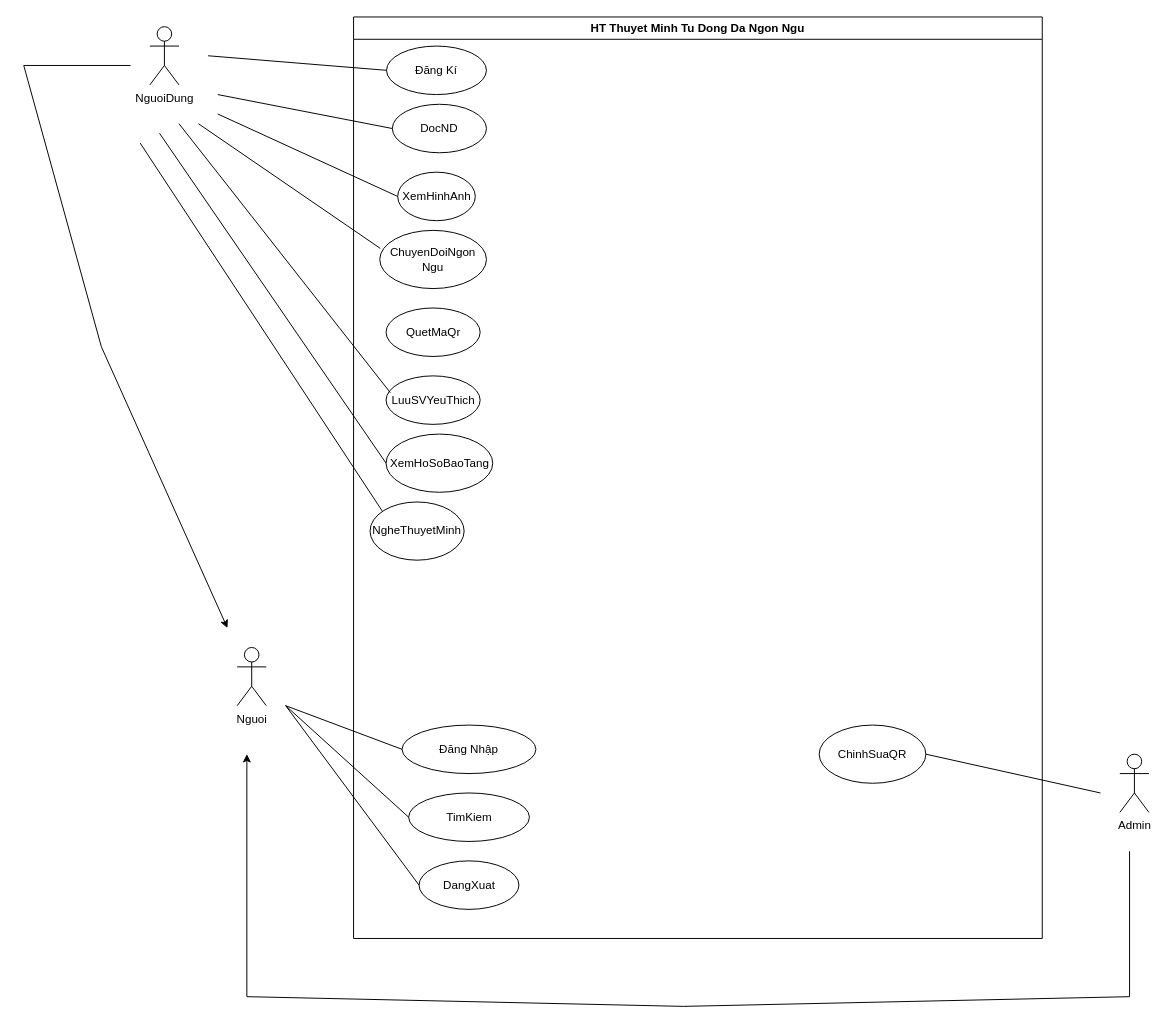
The draw.io diagram general.drawio in DangPhuThanh/DangPhuThanh, before the edit. Source tidied: cells renumbered, new cells numbered last; positions are measured from the earlier drawing's top-left corner, leaving out a move shared by most shapes. Both pictures are drawn from the tidied source at 97%, with x=0, y=0 at pixel (23, 16).
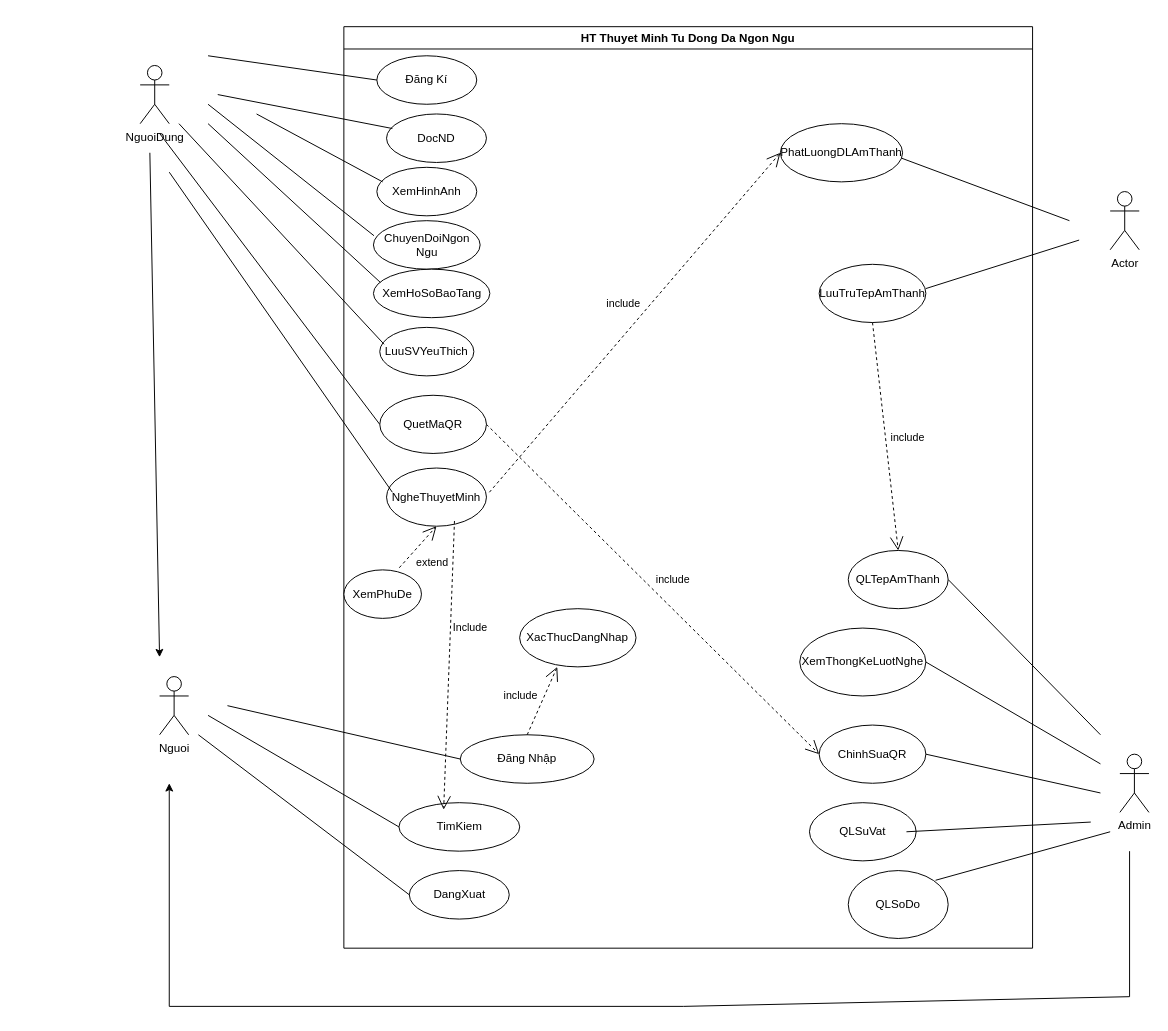
The same page after the edit.

Commit message:
Cập nhật general.drawio

The change refers to these unchanged cells:
```xml
<mxCell id="6" value="TimKiem" style="ellipse;whiteSpace=wrap;html=1;shapeInside=1;" parent="3" vertex="1">
  <mxGeometry x="56.8" y="800" width="124.5" height="50" as="geometry" />
</mxCell>
<mxCell id="7" value="DangXuat" style="ellipse;whiteSpace=wrap;html=1;shapeInside=1;" parent="3" vertex="1">
  <mxGeometry x="67.5" y="870" width="103" height="50" as="geometry" />
</mxCell>
```

The edit, as a diff of the source:
```diff
@@
     <mxCell id="2" value="NguoiDung" style="shape=umlActor;verticalLabelPosition=bottom;verticalAlign=top;html=1;" parent="1" vertex="1">
-      <mxGeometry x="130" y="10" width="30" height="60" as="geometry" />
+      <mxGeometry x="120" y="50" width="30" height="60" as="geometry" />
     </mxCell>
     <mxCell id="3" value="HT Thuyet Minh Tu Dong Da Ngon Ngu" style="swimlane;whiteSpace=wrap;html=1;" parent="1" vertex="1">
-      <mxGeometry x="340" width="710" height="950" as="geometry" />
+      <mxGeometry x="330" y="10" width="710" height="950" as="geometry" />
     </mxCell>
@@
     <mxCell id="5" value="Đăng Nhập" style="ellipse;whiteSpace=wrap;html=1;shapeInside=1;" parent="3" vertex="1">
-      <mxGeometry x="50" y="730" width="138" height="50" as="geometry" />
+      <mxGeometry x="120" y="730" width="138" height="50" as="geometry" />
     </mxCell>
@@
-    <mxCell id="8" value="DocND" style="ellipse;whiteSpace=wrap;html=1;shapeInside=1;" parent="3" vertex="1">
-      <mxGeometry x="40" y="90" width="97" height="50" as="geometry" />
-    </mxCell>
-    <mxCell id="9" value="XemHinhAnh" style="ellipse;whiteSpace=wrap;html=1;shapeInside=1;" parent="3" vertex="1">
-      <mxGeometry x="45.5" y="160" width="80" height="50" as="geometry" />
-    </mxCell>
     <mxCell id="10" value="ChuyenDoiNgon Ngu" style="ellipse;whiteSpace=wrap;html=1;shapeInside=1;" parent="3" vertex="1">
-      <mxGeometry x="27" y="220" width="110" height="60" as="geometry" />
+      <mxGeometry x="30.5" y="200" width="110" height="50" as="geometry" />
     </mxCell>
-    <mxCell id="11" value="QuetMaQr" style="ellipse;whiteSpace=wrap;html=1;shapeInside=1;" parent="3" vertex="1">
-      <mxGeometry x="33.5" y="300" width="97" height="50" as="geometry" />
+    <mxCell id="11" value="XemHoSoBaoTang" style="ellipse;whiteSpace=wrap;html=1;shapeInside=1;" parent="3" vertex="1">
+      <mxGeometry x="30.5" y="250" width="120" height="50" as="geometry" />
     </mxCell>
     <mxCell id="12" value="LuuSVYeuThich" style="ellipse;whiteSpace=wrap;html=1;shapeInside=1;" parent="3" vertex="1">
-      <mxGeometry x="33.5" y="370" width="97" height="50" as="geometry" />
+      <mxGeometry x="37" y="310" width="97" height="50" as="geometry" />
     </mxCell>
-    <mxCell id="13" value="XemHoSoBaoTang" style="ellipse;whiteSpace=wrap;html=1;shapeInside=1;" parent="3" vertex="1">
-      <mxGeometry x="33.5" y="430" width="110" height="60" as="geometry" />
+    <mxCell id="13" value="QuetMaQR" style="ellipse;whiteSpace=wrap;html=1;shapeInside=1;" parent="3" vertex="1">
+      <mxGeometry x="37" y="380" width="110" height="60" as="geometry" />
     </mxCell>
+    <mxCell id="15" value="ChinhSuaQR" style="ellipse;whiteSpace=wrap;html=1;shapeInside=1;" parent="3" vertex="1">
+      <mxGeometry x="490" y="720" width="110" height="60" as="geometry" />
+    </mxCell>
+    <mxCell id="31" value="QLSuVat" style="ellipse;whiteSpace=wrap;html=1;shapeInside=1;" parent="3" vertex="1">
+      <mxGeometry x="480" y="800" width="110" height="60" as="geometry" />
+    </mxCell>
+    <mxCell id="32" value="QLSoDo" style="ellipse;whiteSpace=wrap;html=1;shapeInside=1;" parent="3" vertex="1">
+      <mxGeometry x="520" y="870" width="103" height="70" as="geometry" />
+    </mxCell>
+    <mxCell id="33" value="XemThongKeLuotNghe" style="ellipse;whiteSpace=wrap;html=1;shapeInside=1;" parent="3" vertex="1">
+      <mxGeometry x="470" y="620" width="130" height="70" as="geometry" />
+    </mxCell>
+    <mxCell id="8" value="DocND" style="ellipse;whiteSpace=wrap;html=1;shapeInside=1;" parent="3" vertex="1">
+      <mxGeometry x="44" y="90" width="103" height="50" as="geometry" />
+    </mxCell>
+    <mxCell id="9" value="XemHinhAnh" style="ellipse;whiteSpace=wrap;html=1;shapeInside=1;" parent="3" vertex="1">
+      <mxGeometry x="34" y="145" width="103" height="50" as="geometry" />
+    </mxCell>
     <mxCell id="14" value="NgheThuyetMinh" style="ellipse;whiteSpace=wrap;html=1;shapeInside=1;" parent="3" vertex="1">
-      <mxGeometry x="17" y="500" width="97" height="60" as="geometry" />
+      <mxGeometry x="44" y="455" width="103" height="60" as="geometry" />
     </mxCell>
-    <mxCell id="15" value="ChinhSuaQR" style="ellipse;whiteSpace=wrap;html=1;shapeInside=1;" parent="3" vertex="1">
-      <mxGeometry x="480" y="730" width="110" height="60" as="geometry" />
-    </mxCell>
+    <mxCell id="34" value="XemPhuDe" style="ellipse;whiteSpace=wrap;html=1;shapeInside=1;" parent="3" vertex="1">
+      <mxGeometry y="560" width="80" height="50" as="geometry" />
+    </mxCell>
+    <mxCell id="35" value="extend" style="endArrow=open;endSize=12;dashed=1;html=1;rounded=0;entryX=0.5;entryY=1;entryDx=0;entryDy=0;exitX=0.714;exitY=-0.044;exitDx=0;exitDy=0;exitPerimeter=0;" parent="3" edge="1" source="34" target="14">
+      <mxGeometry x="-0.06" y="-22" relative="1" as="geometry">
+        <mxPoint x="-1" as="offset" />
+      </mxGeometry>
+    </mxCell>
+    <mxCell id="36" value="XacThucDangNhap" style="ellipse;whiteSpace=wrap;html=1;shapeInside=1;" parent="3" vertex="1">
+      <mxGeometry x="181.2" y="600" width="120" height="60" as="geometry" />
+    </mxCell>
+    <mxCell id="37" value="QLTepAmThanh" style="ellipse;whiteSpace=wrap;html=1;shapeInside=1;" parent="3" vertex="1">
+      <mxGeometry x="520" y="540" width="103" height="60" as="geometry" />
+    </mxCell>
+    <mxCell id="38" value="include" style="endArrow=open;endSize=12;dashed=1;html=1;rounded=0;exitX=1;exitY=0.5;exitDx=0;exitDy=0;entryX=0;entryY=0.5;entryDx=0;entryDy=0;" parent="3" edge="1" source="13" target="15">
+      <mxGeometry x="0.03" y="22" relative="1" as="geometry" />
+    </mxCell>
+    <mxCell id="39" value="Include" style="endArrow=open;endSize=12;dashed=1;html=1;rounded=0;exitX=0.68;exitY=0.91;exitDx=0;exitDy=0;exitPerimeter=0;entryX=0.37;entryY=0.144;entryDx=0;entryDy=0;entryPerimeter=0;" parent="3" edge="1" source="14" target="6">
+      <mxGeometry x="-0.26" y="20" relative="1" as="geometry" />
+    </mxCell>
+    <mxCell id="40" style="endArrow=none;html=1;rounded=0;" parent="3" edge="1">
+      <mxGeometry relative="1" as="geometry">
+        <mxPoint x="748" y="200" as="sourcePoint" />
+        <mxPoint x="560" y="130" as="targetPoint" />
+      </mxGeometry>
+    </mxCell>
+    <mxCell id="41" value="LuuTruTepAmThanh" style="ellipse;whiteSpace=wrap;html=1;shapeInside=1;" parent="3" vertex="1">
+      <mxGeometry x="490" y="245" width="110" height="60" as="geometry" />
+    </mxCell>
+    <mxCell id="42" style="endArrow=none;html=1;rounded=0;" parent="3" edge="1">
+      <mxGeometry relative="1" as="geometry">
+        <mxPoint x="600" y="270" as="sourcePoint" />
+        <mxPoint x="758" y="220" as="targetPoint" />
+      </mxGeometry>
+    </mxCell>
+    <mxCell id="43" value="PhatLuongDLAmThanh" style="ellipse;whiteSpace=wrap;html=1;shapeInside=1;" parent="3" vertex="1">
+      <mxGeometry x="450" y="100" width="126" height="60" as="geometry" />
+    </mxCell>
+    <mxCell id="44" value="include" style="endArrow=open;endSize=12;dashed=1;html=1;rounded=0;entryX=0.5;entryY=0;entryDx=0;entryDy=0;exitX=0.5;exitY=1;exitDx=0;exitDy=0;" parent="3" edge="1" source="41" target="37">
+      <mxGeometry x="0.03" y="22" relative="1" as="geometry" />
+    </mxCell>
@@
     <mxCell id="18" value="Nguoi" style="shape=umlActor;verticalLabelPosition=bottom;verticalAlign=top;html=1;" parent="1" vertex="1">
-      <mxGeometry x="220" y="650" width="30" height="60" as="geometry" />
+      <mxGeometry x="140" y="680" width="30" height="60" as="geometry" />
     </mxCell>
     <mxCell id="19" style="endArrow=none;html=1;rounded=0;entryX=0;entryY=0.5;entryDx=0;entryDy=0;" parent="1" edge="1" target="5">
       <mxGeometry relative="1" as="geometry">
-        <mxPoint x="270" y="710" as="sourcePoint" />
+        <mxPoint x="210" y="710" as="sourcePoint" />
       </mxGeometry>
     </mxCell>
     <mxCell id="20" style="endArrow=none;html=1;rounded=0;entryX=0;entryY=0.5;entryDx=0;entryDy=0;" parent="1" edge="1" target="6">
       <mxGeometry relative="1" as="geometry">
-        <mxPoint x="270" y="710" as="sourcePoint" />
+        <mxPoint x="190" y="720" as="sourcePoint" />
       </mxGeometry>
     </mxCell>
     <mxCell id="21" style="endArrow=none;html=1;rounded=0;entryX=0;entryY=0.5;entryDx=0;entryDy=0;" parent="1" edge="1" target="7">
       <mxGeometry relative="1" as="geometry">
-        <mxPoint x="270" y="710" as="sourcePoint" />
+        <mxPoint x="180" y="740" as="sourcePoint" />
       </mxGeometry>
     </mxCell>
-    <mxCell id="22" style="endArrow=none;html=1;rounded=0;entryX=0;entryY=0.5;entryDx=0;entryDy=0;" parent="1" edge="1" target="8">
+    <mxCell id="22" style="endArrow=none;html=1;rounded=0;entryX=0;entryY=0.5;entryDx=0;entryDy=0;" parent="1" edge="1">
       <mxGeometry relative="1" as="geometry">
         <mxPoint x="200" y="80" as="sourcePoint" />
+        <mxPoint x="380" y="115" as="targetPoint" />
       </mxGeometry>
     </mxCell>
-    <mxCell id="23" style="endArrow=none;html=1;rounded=0;entryX=0;entryY=0.5;entryDx=0;entryDy=0;" parent="1" edge="1" target="9">
-      <mxGeometry relative="1" as="geometry">
-        <mxPoint x="200" y="100" as="sourcePoint" />
-      </mxGeometry>
-    </mxCell>
     <mxCell id="24" style="endArrow=none;html=1;rounded=0;entryX=0.005;entryY=0.31;entryDx=0;entryDy=0;entryPerimeter=0;" parent="1" edge="1" target="10">
       <mxGeometry relative="1" as="geometry">
-        <mxPoint x="180" y="110" as="sourcePoint" />
+        <mxPoint x="190" y="90" as="sourcePoint" />
       </mxGeometry>
     </mxCell>
@@
-    <mxCell id="27" style="endArrow=none;html=1;rounded=0;" parent="1" edge="1">
-      <mxGeometry relative="1" as="geometry">
-        <mxPoint x="120" y="130" as="sourcePoint" />
-        <mxPoint x="370" y="510" as="targetPoint" />
-      </mxGeometry>
-    </mxCell>
-    <mxCell id="28" style="endArrow=classic;html=1;rounded=0;" parent="1" edge="1">
-      <mxGeometry relative="1" as="geometry">
-        <mxPoint x="110" y="50" as="sourcePoint" />
-        <mxPoint x="210" y="630" as="targetPoint" />
-        <Array as="points">
-          <mxPoint y="50" />
-          <mxPoint x="80" y="340" />
-        </Array>
-      </mxGeometry>
-    </mxCell>
     <mxCell id="29" style="endArrow=classic;html=1;rounded=0;" parent="1" edge="1">
       <mxGeometry relative="1" as="geometry">
         <mxPoint x="1140" y="860" as="sourcePoint" />
-        <mxPoint x="230" y="760" as="targetPoint" />
+        <mxPoint x="150" y="790" as="targetPoint" />
         <Array as="points">
           <mxPoint x="1140" y="1010" />
           <mxPoint x="680" y="1020" />
-          <mxPoint x="230" y="1010" />
+          <mxPoint x="150" y="1020" />
         </Array>
       </mxGeometry>
     </mxCell>
@@
+    <mxCell id="45" style="endArrow=none;html=1;rounded=0;entryX=0.059;entryY=0.272;entryDx=0;entryDy=0;entryPerimeter=0;" parent="1" edge="1" target="11">
+      <mxGeometry relative="1" as="geometry">
+        <mxPoint x="190" y="110" as="sourcePoint" />
+      </mxGeometry>
+    </mxCell>
+    <mxCell id="46" style="endArrow=none;html=1;rounded=0;" parent="1" edge="1">
+      <mxGeometry relative="1" as="geometry">
+        <mxPoint x="910" y="840" as="sourcePoint" />
+        <mxPoint x="1100" y="830" as="targetPoint" />
+      </mxGeometry>
+    </mxCell>
+    <mxCell id="47" style="endArrow=none;html=1;rounded=0;" parent="1" edge="1">
+      <mxGeometry relative="1" as="geometry">
+        <mxPoint x="1120" y="840" as="sourcePoint" />
+        <mxPoint x="940" y="890" as="targetPoint" />
+      </mxGeometry>
+    </mxCell>
+    <mxCell id="48" style="endArrow=none;html=1;rounded=0;entryX=1;entryY=0.5;entryDx=0;entryDy=0;" parent="1" edge="1" target="33">
+      <mxGeometry relative="1" as="geometry">
+        <mxPoint x="1110" y="770" as="sourcePoint" />
+      </mxGeometry>
+    </mxCell>
+    <mxCell id="49" style="endArrow=classic;html=1;rounded=0;" parent="1" edge="1">
+      <mxGeometry relative="1" as="geometry">
+        <mxPoint x="130" y="140" as="sourcePoint" />
+        <mxPoint x="140" y="660" as="targetPoint" />
+      </mxGeometry>
+    </mxCell>
+    <mxCell id="50" value="Actor" style="shape=umlActor;verticalLabelPosition=bottom;verticalAlign=top;html=1;" parent="1" vertex="1">
+      <mxGeometry x="1120" y="180" width="30" height="60" as="geometry" />
+    </mxCell>
+    <mxCell id="51" style="endArrow=none;html=1;rounded=0;" parent="1" edge="1">
+      <mxGeometry relative="1" as="geometry">
+        <mxPoint x="240" y="100" as="sourcePoint" />
+        <mxPoint x="370" y="170" as="targetPoint" />
+      </mxGeometry>
+    </mxCell>
+    <mxCell id="52" style="endArrow=none;html=1;rounded=0;" parent="1" edge="1">
+      <mxGeometry relative="1" as="geometry">
+        <mxPoint x="150" y="160" as="sourcePoint" />
+        <mxPoint x="380" y="490" as="targetPoint" />
+      </mxGeometry>
+    </mxCell>
+    <mxCell id="53" value="include" style="endArrow=open;endSize=12;dashed=1;html=1;rounded=0;exitX=0.5;exitY=0;exitDx=0;exitDy=0;" parent="1" edge="1" source="5">
+      <mxGeometry x="-0.12" y="23" relative="1" as="geometry">
+        <mxPoint x="550" y="670" as="targetPoint" />
+      </mxGeometry>
+    </mxCell>
+    <mxCell id="54" style="endArrow=none;html=1;rounded=0;entryX=1;entryY=0.5;entryDx=0;entryDy=0;" parent="1" edge="1" target="37">
+      <mxGeometry relative="1" as="geometry">
+        <mxPoint x="1110" y="740" as="sourcePoint" />
+      </mxGeometry>
+    </mxCell>
+    <mxCell id="55" value="include" style="endArrow=open;endSize=12;dashed=1;html=1;rounded=0;entryX=0;entryY=0.5;entryDx=0;entryDy=0;" parent="1" edge="1" target="43">
+      <mxGeometry x="0.03" y="22" relative="1" as="geometry">
+        <mxPoint x="480" y="490" as="sourcePoint" />
+      </mxGeometry>
+    </mxCell>
```
